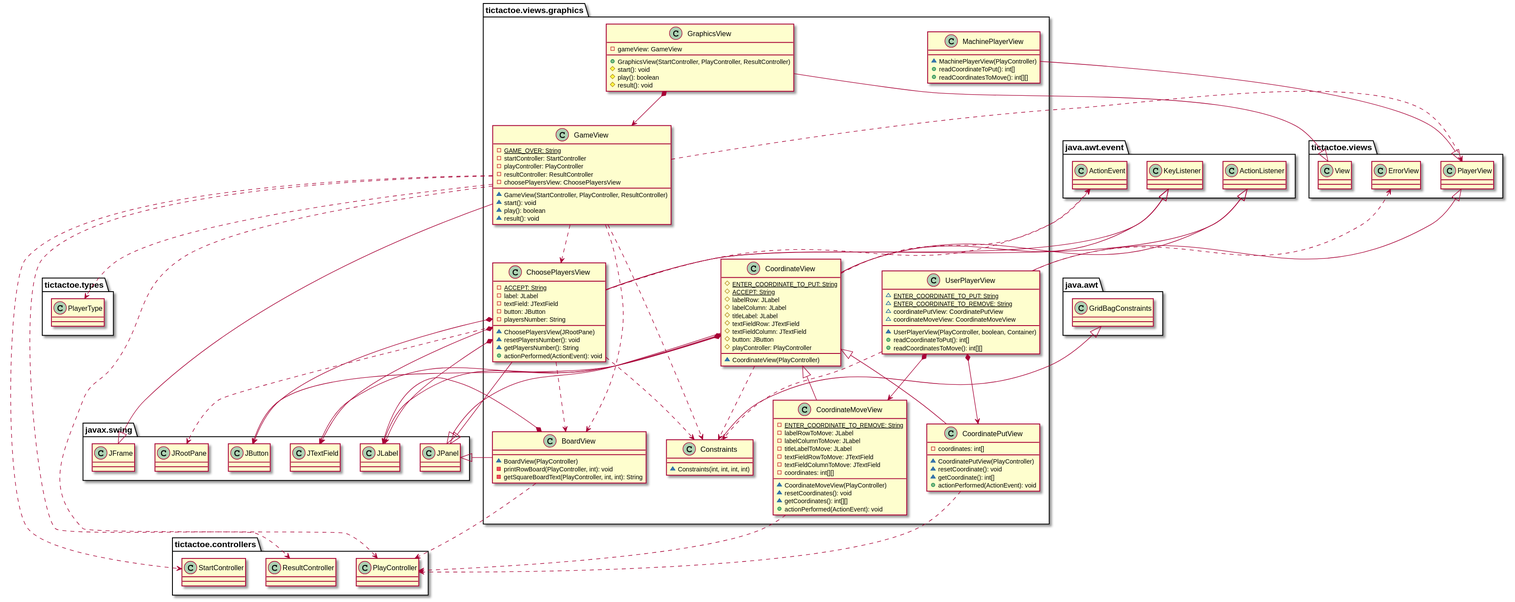
Earlier version of the PlantUML export docs/build/docs/asciidoc/images/tictactoeViewsGraphicsVersion5.svg (x-USantaTecla-game-ticTacToe/java).
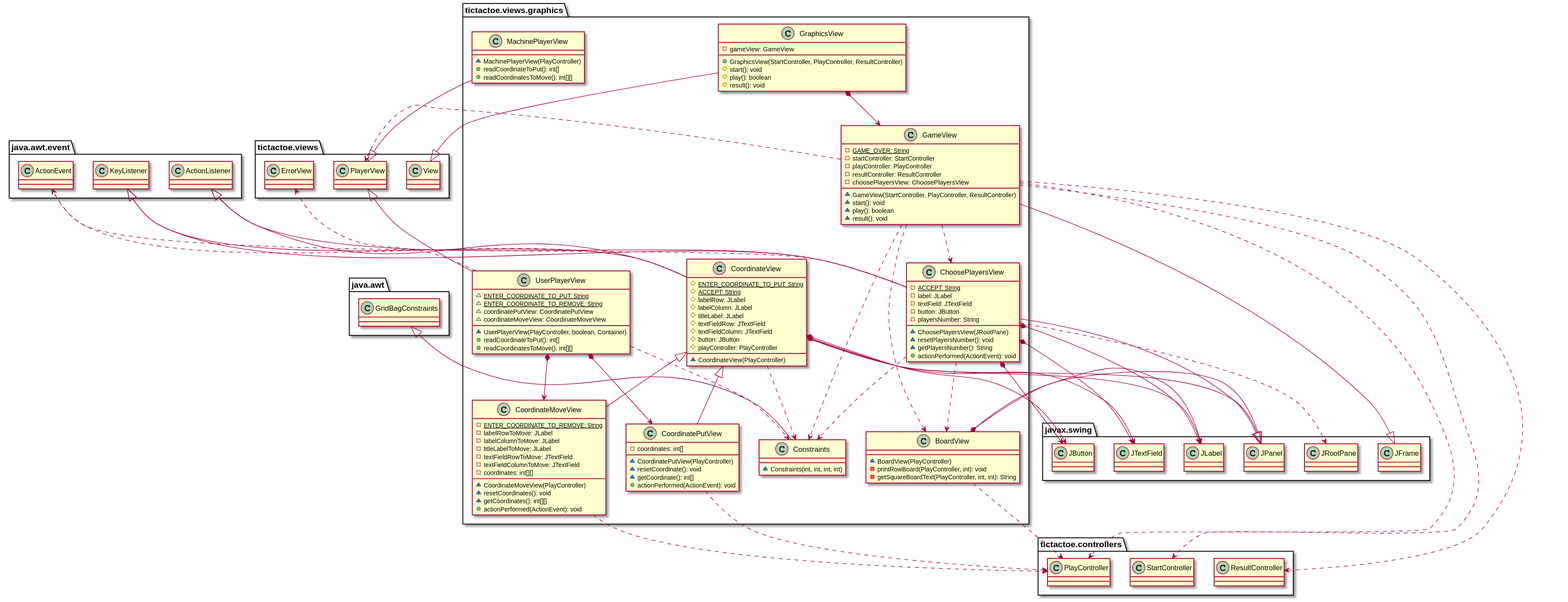
The same diagram one commit later.

Change to the diagram source:
```diff
@@ -102,7 +102,6 @@
 tictactoe.views.graphics.GameView ..> tictactoe.views.PlayerView
 tictactoe.views.graphics.GameView ..> tictactoe.views.graphics.BoardView
 tictactoe.views.graphics.GameView ..> tictactoe.views.graphics.Constraints
-tictactoe.views.graphics.GameView ..> tictactoe.types.PlayerType
 
 class  tictactoe.views.graphics.GraphicsView{
 - gameView: GameView
```
